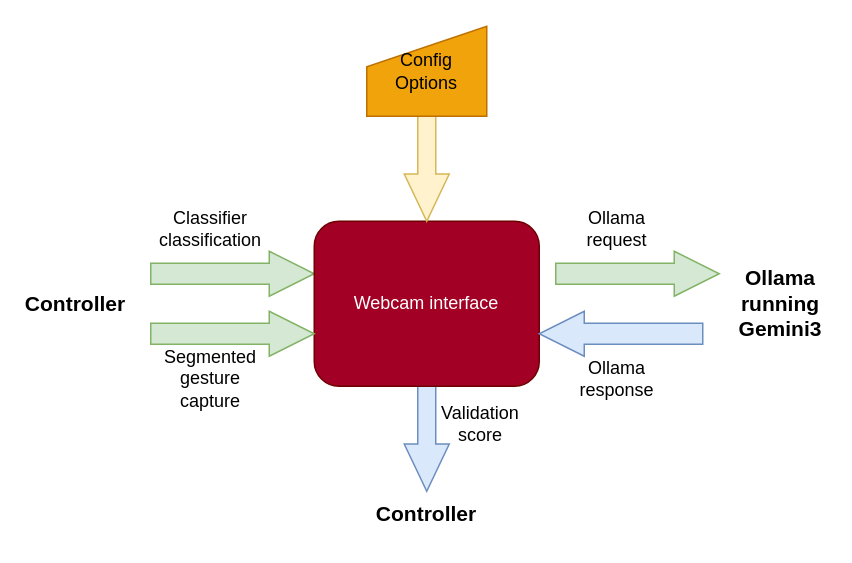
Above: validator.drawio in GreatSharky/CoHSCI (draw.io), before the change. Source tidied: cells renumbered, new cells numbered last; positions are measured from the earlier drawing's top-left corner, leaving out a move shared by most shapes. Both pictures are drawn from the tidied source at 150%, with x=0, y=0 at pixel (30, 26).
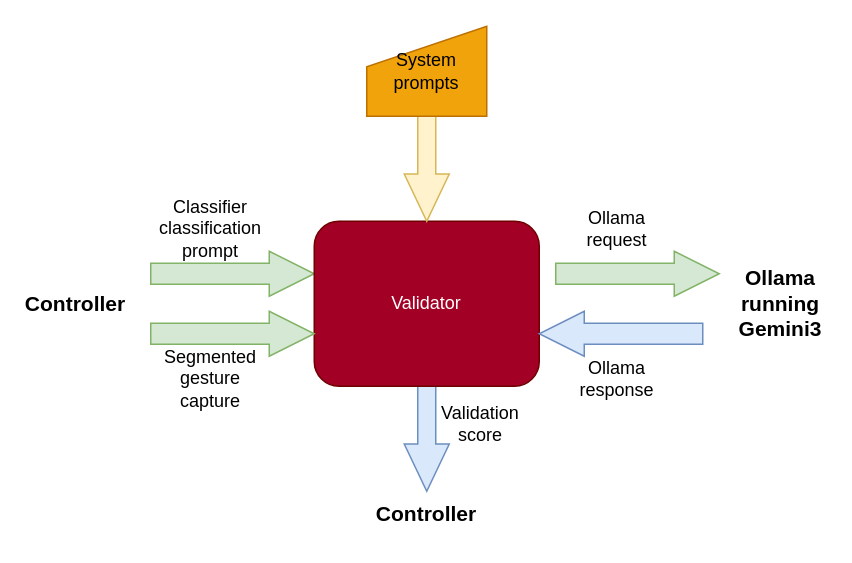
The same page after the edit.

Diff of the diagram source:
```diff
@@
 <mxGraphModel>
   <root>
     <mxCell id="0" />
     <mxCell id="1" parent="0" />
     <mxCell id="2" style="shape=singleArrow;whiteSpace=wrap;html=1;arrowWidth=0.4;arrowSize=0.35;rotation=90;fillColor=#dae8fc;strokeColor=#6c8ebf;" parent="1" vertex="1">
       <mxGeometry x="219" y="250" width="90" height="30" as="geometry" />
     </mxCell>
     <mxCell id="3" style="shape=singleArrow;whiteSpace=wrap;html=1;arrowWidth=0.4666666666666667;arrowSize=0.27522935779816515;fillColor=#d5e8d4;strokeColor=#82b366;" parent="1" vertex="1">
       <mxGeometry x="80" y="150" width="109" height="30" as="geometry" />
     </mxCell>
-    <mxCell id="4" value="Webcam interface" style="rounded=1;whiteSpace=wrap;html=1;fillColor=#a20025;fontColor=#ffffff;strokeColor=#6F0000;" parent="1" vertex="1">
+    <mxCell id="4" value="Validator" style="rounded=1;whiteSpace=wrap;html=1;fillColor=#a20025;fontColor=#ffffff;strokeColor=#6F0000;" parent="1" vertex="1">
       <mxGeometry x="189" y="130" width="150" height="110" as="geometry" />
     </mxCell>
-    <mxCell id="5" value="Classifier classification" style="text;html=1;whiteSpace=wrap;strokeColor=none;fillColor=none;align=center;verticalAlign=middle;rounded=0;" parent="1" vertex="1">
+    <mxCell id="5" value="Classifier classification prompt" style="text;html=1;whiteSpace=wrap;strokeColor=none;fillColor=none;align=center;verticalAlign=middle;rounded=0;" parent="1" vertex="1">
       <mxGeometry x="90" y="120" width="60" height="30" as="geometry" />
     </mxCell>
     <mxCell id="6" value="Controller" style="text;html=1;whiteSpace=wrap;strokeColor=none;fillColor=none;align=center;verticalAlign=middle;rounded=0;fontSize=14;fontStyle=1;" parent="1" vertex="1">
       <mxGeometry y="170" width="60" height="30" as="geometry" />
     </mxCell>
     <mxCell id="7" value="Segmented gesture&lt;div&gt;capture&lt;/div&gt;" style="text;html=1;whiteSpace=wrap;strokeColor=none;fillColor=none;align=center;verticalAlign=middle;rounded=0;" parent="1" vertex="1">
       <mxGeometry x="90" y="220" width="60" height="30" as="geometry" />
     </mxCell>
     <mxCell id="8" style="shape=singleArrow;whiteSpace=wrap;html=1;arrowWidth=0.4;arrowSize=0.35;rotation=90;fillColor=#fff2cc;strokeColor=#d6b656;" parent="1" vertex="1">
       <mxGeometry x="219" y="70" width="90" height="30" as="geometry" />
     </mxCell>
     <mxCell id="9" value="Ollama request" style="text;html=1;whiteSpace=wrap;strokeColor=none;fillColor=none;align=center;verticalAlign=middle;rounded=0;" parent="1" vertex="1">
       <mxGeometry x="361" y="120" width="60" height="30" as="geometry" />
     </mxCell>
-    <mxCell id="10" value="Config&lt;div&gt;Options&lt;/div&gt;" style="shape=manualInput;whiteSpace=wrap;html=1;size=27;fillColor=#f0a30a;fontColor=#000000;strokeColor=#BD7000;" parent="1" vertex="1">
+    <mxCell id="10" value="System prompts" style="shape=manualInput;whiteSpace=wrap;html=1;size=27;fillColor=#f0a30a;fontColor=#000000;strokeColor=#BD7000;" parent="1" vertex="1">
       <mxGeometry x="224" width="80" height="60" as="geometry" />
     </mxCell>
     <mxCell id="11" style="shape=singleArrow;whiteSpace=wrap;html=1;arrowWidth=0.4666666666666667;arrowSize=0.27522935779816515;fillColor=#d5e8d4;strokeColor=#82b366;" parent="1" vertex="1">
       <mxGeometry x="80" y="190" width="109" height="30" as="geometry" />
     </mxCell>
     <mxCell id="12" style="shape=singleArrow;whiteSpace=wrap;html=1;arrowWidth=0.4666666666666667;arrowSize=0.27522935779816515;fillColor=#d5e8d4;strokeColor=#82b366;" parent="1" vertex="1">
       <mxGeometry x="350" y="150" width="109" height="30" as="geometry" />
     </mxCell>
     <mxCell id="13" style="shape=singleArrow;whiteSpace=wrap;html=1;arrowWidth=0.4666666666666667;arrowSize=0.27522935779816515;fillColor=#dae8fc;strokeColor=#6c8ebf;rotation=-180;" parent="1" vertex="1">
       <mxGeometry x="339" y="190" width="109" height="30" as="geometry" />
     </mxCell>
     <mxCell id="14" value="Validation score" style="text;html=1;whiteSpace=wrap;strokeColor=none;fillColor=none;align=center;verticalAlign=middle;rounded=0;" parent="1" vertex="1">
       <mxGeometry x="270" y="250" width="60" height="30" as="geometry" />
     </mxCell>
     <mxCell id="15" value="Controller" style="text;html=1;whiteSpace=wrap;strokeColor=none;fillColor=none;align=center;verticalAlign=middle;rounded=0;fontSize=14;fontStyle=1;" parent="1" vertex="1">
       <mxGeometry x="234" y="310" width="60" height="30" as="geometry" />
     </mxCell>
     <mxCell id="16" value="Ollama running Gemini3" style="text;html=1;whiteSpace=wrap;strokeColor=none;fillColor=none;align=center;verticalAlign=middle;rounded=0;fontSize=14;fontStyle=1;" parent="1" vertex="1">
       <mxGeometry x="470" y="170" width="60" height="30" as="geometry" />
     </mxCell>
     <mxCell id="17" value="Ollama response" style="text;html=1;whiteSpace=wrap;strokeColor=none;fillColor=none;align=center;verticalAlign=middle;rounded=0;" parent="1" vertex="1">
       <mxGeometry x="361" y="220" width="60" height="30" as="geometry" />
     </mxCell>
   </root>
 </mxGraphModel>
```
